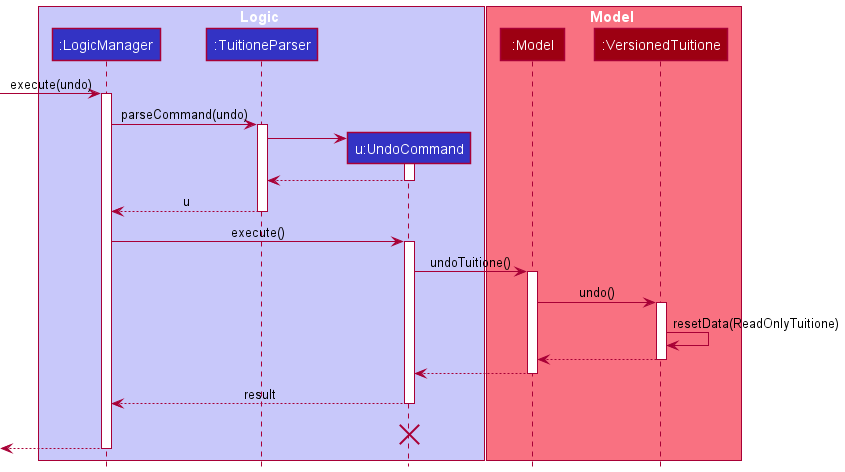
The PlantUML diagram docs/images/DeveloperGuideImage/UndoSequenceDiagram.png in nus-cs2103-AY2122S1/tp, before a commit.
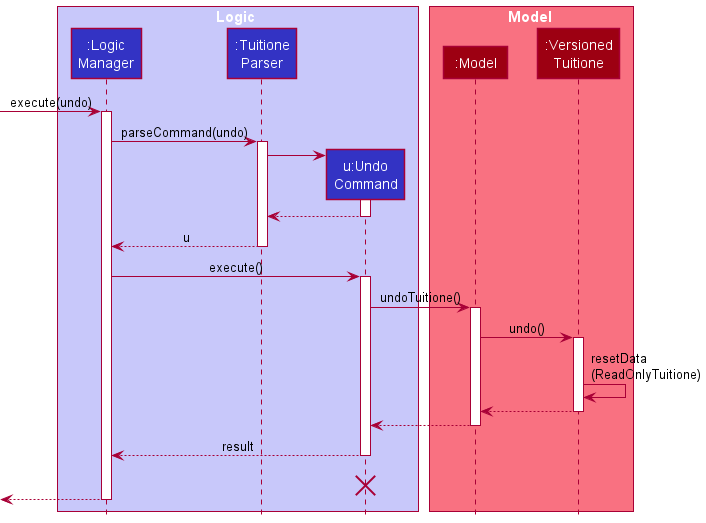
The same file after the commit.

Diff of the diagram source:
```diff
@@ -2,14 +2,14 @@
 !include style.puml
 
 box Logic LOGIC_COLOR_T1
-participant ":LogicManager" as LogicManager LOGIC_COLOR
-participant ":TuitioneParser" as TuitioneParser LOGIC_COLOR
-participant "u:UndoCommand" as UndoCommand LOGIC_COLOR
+participant ":Logic\nManager" as LogicManager LOGIC_COLOR
+participant ":Tuitione\nParser" as TuitioneParser LOGIC_COLOR
+participant "u:Undo\nCommand" as UndoCommand LOGIC_COLOR
 end box
 
 box Model MODEL_COLOR_T1
 participant ":Model" as Model MODEL_COLOR
-participant ":VersionedTuitione" as VersionedTuitione MODEL_COLOR
+participant ":Versioned\nTuitione" as VersionedTuitione MODEL_COLOR
 end box
 [-> LogicManager : execute(undo)
 activate LogicManager
@@ -36,7 +36,7 @@
 Model -> VersionedTuitione : undo()
 activate VersionedTuitione
 
-VersionedTuitione -> VersionedTuitione :resetData(ReadOnlyTuitione)
+VersionedTuitione -> VersionedTuitione :resetData\n(ReadOnlyTuitione)
 VersionedTuitione --> Model :
 deactivate VersionedTuitione
 
```
